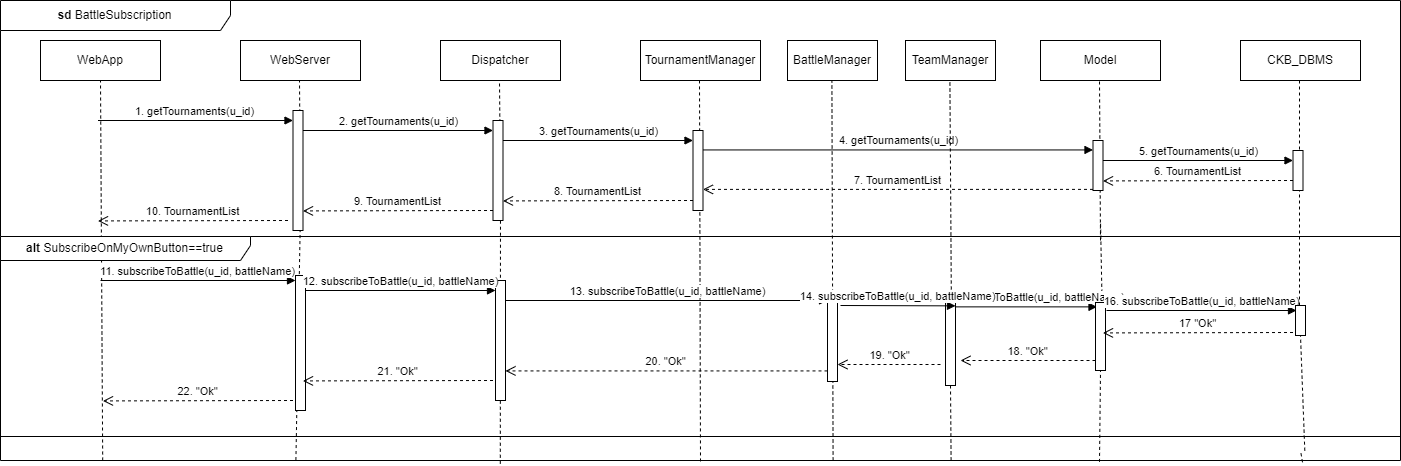
The draw.io diagram DD/SequenceDiagramsDD/BattleSubscription.drawio.png in Francesco4Galbiati/FossaGalbiati, before a commit. Source tidied: cells renumbered, new cells last; positions are measured from the earlier drawing's top-left corner, leaving out a move shared by most shapes. The source it was exported from:
```xml
<mxGraphModel>
  <root>
    <mxCell id="0" />
    <mxCell id="1" parent="0" />
    <mxCell id="2" value="&lt;b&gt;sd &lt;/b&gt;BattleSubscription" style="shape=umlFrame;whiteSpace=wrap;html=1;width=230;height=30;" parent="1" vertex="1">
      <mxGeometry width="1400" height="460" as="geometry" />
    </mxCell>
    <mxCell id="3" value="WebApp" style="rounded=0;whiteSpace=wrap;html=1;" parent="1" vertex="1">
      <mxGeometry x="40" y="40" width="120" height="40" as="geometry" />
    </mxCell>
    <mxCell id="4" value="WebServer" style="rounded=0;whiteSpace=wrap;html=1;" parent="1" vertex="1">
      <mxGeometry x="240" y="40" width="120" height="40" as="geometry" />
    </mxCell>
    <mxCell id="5" value="Dispatcher" style="rounded=0;whiteSpace=wrap;html=1;" parent="1" vertex="1">
      <mxGeometry x="440" y="40" width="120" height="40" as="geometry" />
    </mxCell>
    <mxCell id="6" value="TournamentManager" style="rounded=0;whiteSpace=wrap;html=1;" parent="1" vertex="1">
      <mxGeometry x="640" y="40" width="120" height="40" as="geometry" />
    </mxCell>
    <mxCell id="7" value="CKB_DBMS" style="rounded=0;whiteSpace=wrap;html=1;" parent="1" vertex="1">
      <mxGeometry x="1240" y="40" width="120" height="40" as="geometry" />
    </mxCell>
    <mxCell id="8" value="Model" style="rounded=0;whiteSpace=wrap;html=1;" parent="1" vertex="1">
      <mxGeometry x="1040" y="40" width="120" height="40" as="geometry" />
    </mxCell>
    <mxCell id="9" value="BattleManager" style="rounded=0;whiteSpace=wrap;html=1;" parent="1" vertex="1">
      <mxGeometry x="787" y="40" width="90" height="40" as="geometry" />
    </mxCell>
    <mxCell id="10" style="endArrow=none;dashed=1;html=1;rounded=0;entryX=0.5;entryY=1;entryDx=0;entryDy=0;exitX=0.073;exitY=1;exitDx=0;exitDy=0;exitPerimeter=0;" parent="1" edge="1" source="2" target="3">
      <mxGeometry relative="1" as="geometry" />
    </mxCell>
    <mxCell id="11" style="endArrow=none;dashed=1;html=1;rounded=0;entryX=0.5;entryY=1;entryDx=0;entryDy=0;" parent="1" edge="1">
      <mxGeometry relative="1" as="geometry">
        <mxPoint x="300" y="220" as="sourcePoint" />
        <mxPoint x="299" y="80" as="targetPoint" />
      </mxGeometry>
    </mxCell>
    <mxCell id="12" style="endArrow=none;dashed=1;html=1;rounded=0;entryX=0.5;entryY=1;entryDx=0;entryDy=0;" parent="1" edge="1">
      <mxGeometry relative="1" as="geometry">
        <mxPoint x="500" y="200" as="sourcePoint" />
        <mxPoint x="499" y="80" as="targetPoint" />
      </mxGeometry>
    </mxCell>
    <mxCell id="13" style="endArrow=none;dashed=1;html=1;rounded=0;entryX=0.5;entryY=1;entryDx=0;entryDy=0;exitX=0.5;exitY=1.002;exitDx=0;exitDy=0;exitPerimeter=0;" parent="1" edge="1" source="2">
      <mxGeometry relative="1" as="geometry">
        <mxPoint x="699" y="80" as="targetPoint" />
      </mxGeometry>
    </mxCell>
    <mxCell id="14" style="endArrow=none;dashed=1;html=1;rounded=0;entryX=0.5;entryY=1;entryDx=0;entryDy=0;exitX=0.643;exitY=1;exitDx=0;exitDy=0;exitPerimeter=0;" parent="1" edge="1">
      <mxGeometry relative="1" as="geometry">
        <mxPoint x="832.6" y="460" as="sourcePoint" />
        <mxPoint x="831.4" y="80" as="targetPoint" />
      </mxGeometry>
    </mxCell>
    <mxCell id="15" style="endArrow=none;dashed=1;html=1;rounded=0;entryX=0.5;entryY=1;entryDx=0;entryDy=0;" parent="1" edge="1">
      <mxGeometry relative="1" as="geometry">
        <mxPoint x="1100" y="240" as="sourcePoint" />
        <mxPoint x="1099" y="80" as="targetPoint" />
      </mxGeometry>
    </mxCell>
    <mxCell id="16" style="endArrow=none;dashed=1;html=1;rounded=0;entryX=0.5;entryY=1;entryDx=0;entryDy=0;" parent="1" edge="1" source="46">
      <mxGeometry relative="1" as="geometry">
        <mxPoint x="1299" y="80" as="targetPoint" />
      </mxGeometry>
    </mxCell>
    <mxCell id="17" style="endArrow=none;dashed=1;html=1;rounded=0;entryX=0.5;entryY=1;entryDx=0;entryDy=0;exitX=0.211;exitY=0.999;exitDx=0;exitDy=0;exitPerimeter=0;" parent="1" edge="1" source="2">
      <mxGeometry relative="1" as="geometry">
        <mxPoint x="300" y="210" as="targetPoint" />
      </mxGeometry>
    </mxCell>
    <mxCell id="18" style="endArrow=none;dashed=1;html=1;rounded=0;entryX=0.5;entryY=1;entryDx=0;entryDy=0;exitX=0.357;exitY=1.007;exitDx=0;exitDy=0;exitPerimeter=0;" parent="1" edge="1" source="2">
      <mxGeometry relative="1" as="geometry">
        <mxPoint x="500" y="190" as="targetPoint" />
      </mxGeometry>
    </mxCell>
    <mxCell id="19" style="endArrow=none;dashed=1;html=1;rounded=0;entryX=0.5;entryY=1;entryDx=0;entryDy=0;exitX=0.785;exitY=1.003;exitDx=0;exitDy=0;exitPerimeter=0;" parent="1" edge="1" source="42">
      <mxGeometry relative="1" as="geometry">
        <mxPoint x="1100" y="220" as="targetPoint" />
      </mxGeometry>
    </mxCell>
    <mxCell id="20" value="1. getTournaments(u_id)" style="html=1;verticalAlign=bottom;endArrow=block;curved=0;rounded=0;" parent="1" edge="1">
      <mxGeometry relative="1" as="geometry">
        <mxPoint x="97.5" y="120" as="sourcePoint" />
        <mxPoint x="292.5" y="120" as="targetPoint" />
      </mxGeometry>
    </mxCell>
    <mxCell id="21" style="html=1;perimeter=orthogonalPerimeter;targetShapes=umlLifeline;newEdgeStyle={&quot;curved&quot;:0,&quot;rounded&quot;:0};" parent="1" vertex="1">
      <mxGeometry x="292.5" y="110" width="10" height="120" as="geometry" />
    </mxCell>
    <mxCell id="22" style="html=1;points=[[0,0,0,0,5],[0,1,0,0,-5],[1,0,0,0,5],[1,1,0,0,-5]];perimeter=orthogonalPerimeter;outlineConnect=0;targetShapes=umlLifeline;portConstraint=eastwest;newEdgeStyle={&quot;curved&quot;:0,&quot;rounded&quot;:0};" parent="1" vertex="1">
      <mxGeometry x="692.5" y="130" width="10" height="80" as="geometry" />
    </mxCell>
    <mxCell id="23" style="html=1;points=[[0,0,0,0,5],[0,1,0,0,-5],[1,0,0,0,5],[1,1,0,0,-5]];perimeter=orthogonalPerimeter;outlineConnect=0;targetShapes=umlLifeline;portConstraint=eastwest;newEdgeStyle={&quot;curved&quot;:0,&quot;rounded&quot;:0};" parent="1" vertex="1">
      <mxGeometry x="492.5" y="120" width="10" height="100" as="geometry" />
    </mxCell>
    <mxCell id="24" style="html=1;points=[[0,0,0,0,5],[0,1,0,0,-5],[1,0,0,0,5],[1,1,0,0,-5]];perimeter=orthogonalPerimeter;outlineConnect=0;targetShapes=umlLifeline;portConstraint=eastwest;newEdgeStyle={&quot;curved&quot;:0,&quot;rounded&quot;:0};" parent="1" vertex="1">
      <mxGeometry x="1092.5" y="140" width="10" height="50" as="geometry" />
    </mxCell>
    <mxCell id="25" style="html=1;perimeter=orthogonalPerimeter;targetShapes=umlLifeline;newEdgeStyle={&quot;curved&quot;:0,&quot;rounded&quot;:0};" parent="1" vertex="1">
      <mxGeometry x="1292.5" y="150" width="10" height="40" as="geometry" />
    </mxCell>
    <mxCell id="26" value="2. getTournaments(u_id)" style="html=1;verticalAlign=bottom;endArrow=block;curved=0;rounded=0;" parent="1" edge="1" target="23">
      <mxGeometry relative="1" as="geometry">
        <mxPoint x="302.5" y="130" as="sourcePoint" />
      </mxGeometry>
    </mxCell>
    <mxCell id="27" value="3. getTournaments(u_id)" style="html=1;verticalAlign=bottom;endArrow=block;curved=0;rounded=0;" parent="1" edge="1">
      <mxGeometry relative="1" as="geometry">
        <mxPoint x="502.5" y="140" as="sourcePoint" />
        <mxPoint x="692.5" y="140" as="targetPoint" />
      </mxGeometry>
    </mxCell>
    <mxCell id="28" value="4. getTournaments(u_id)" style="html=1;verticalAlign=bottom;endArrow=block;curved=0;rounded=0;" parent="1" edge="1" target="24">
      <mxGeometry relative="1" as="geometry">
        <mxPoint x="702.5" y="149.4" as="sourcePoint" />
      </mxGeometry>
    </mxCell>
    <mxCell id="29" value="5. getTournaments(u_id)" style="html=1;verticalAlign=bottom;endArrow=block;curved=0;rounded=0;" parent="1" edge="1">
      <mxGeometry relative="1" as="geometry">
        <mxPoint x="1102.5" y="160" as="sourcePoint" />
        <mxPoint x="1292.5" y="160" as="targetPoint" />
      </mxGeometry>
    </mxCell>
    <mxCell id="30" value="6. TournamentList" style="html=1;verticalAlign=bottom;endArrow=open;dashed=1;endSize=8;curved=0;rounded=0;" parent="1" edge="1">
      <mxGeometry relative="1" as="geometry">
        <mxPoint x="1292.5" y="180" as="sourcePoint" />
        <mxPoint x="1102.5" y="180.4" as="targetPoint" />
      </mxGeometry>
    </mxCell>
    <mxCell id="31" value="7. TournamentList" style="html=1;verticalAlign=bottom;endArrow=open;dashed=1;endSize=8;curved=0;rounded=0;" parent="1" edge="1" target="22">
      <mxGeometry relative="1" as="geometry">
        <mxPoint x="1092.5" y="188.9" as="sourcePoint" />
      </mxGeometry>
    </mxCell>
    <mxCell id="32" value="8. TournamentList" style="html=1;verticalAlign=bottom;endArrow=open;dashed=1;endSize=8;curved=0;rounded=0;" parent="1" edge="1">
      <mxGeometry relative="1" as="geometry">
        <mxPoint x="692.5" y="200" as="sourcePoint" />
        <mxPoint x="502.5" y="200.4" as="targetPoint" />
      </mxGeometry>
    </mxCell>
    <mxCell id="33" value="9. TournamentList" style="html=1;verticalAlign=bottom;endArrow=open;dashed=1;endSize=8;curved=0;rounded=0;" parent="1" edge="1">
      <mxGeometry relative="1" as="geometry">
        <mxPoint x="492.5" y="210" as="sourcePoint" />
        <mxPoint x="302.5" y="210.4" as="targetPoint" />
      </mxGeometry>
    </mxCell>
    <mxCell id="34" value="10. TournamentList" style="html=1;verticalAlign=bottom;endArrow=open;dashed=1;endSize=8;curved=0;rounded=0;" parent="1" edge="1">
      <mxGeometry relative="1" as="geometry">
        <mxPoint x="287.5" y="220" as="sourcePoint" />
        <mxPoint x="97.5" y="220.4" as="targetPoint" />
      </mxGeometry>
    </mxCell>
    <mxCell id="35" style="html=1;points=[[0,0,0,0,5],[0,1,0,0,-5],[1,0,0,0,5],[1,1,0,0,-5]];perimeter=orthogonalPerimeter;outlineConnect=0;targetShapes=umlLifeline;portConstraint=eastwest;newEdgeStyle={&quot;curved&quot;:0,&quot;rounded&quot;:0};" parent="1" vertex="1">
      <mxGeometry x="295" y="275" width="10" height="135" as="geometry" />
    </mxCell>
    <mxCell id="36" style="html=1;points=[[0,0,0,0,5],[0,1,0,0,-5],[1,0,0,0,5],[1,1,0,0,-5]];perimeter=orthogonalPerimeter;outlineConnect=0;targetShapes=umlLifeline;portConstraint=eastwest;newEdgeStyle={&quot;curved&quot;:0,&quot;rounded&quot;:0};" parent="1" vertex="1">
      <mxGeometry x="495" y="280" width="10" height="120" as="geometry" />
    </mxCell>
    <mxCell id="37" value="11. subscribeToBattle(u_id, battleName)" style="html=1;verticalAlign=bottom;endArrow=block;curved=0;rounded=0;" parent="1" edge="1" target="35">
      <mxGeometry relative="1" as="geometry">
        <mxPoint x="100" y="280" as="sourcePoint" />
      </mxGeometry>
    </mxCell>
    <mxCell id="38" value="12. subscribeToBattle(u_id, battleName)" style="html=1;verticalAlign=bottom;endArrow=block;curved=0;rounded=0;" parent="1" edge="1" target="36">
      <mxGeometry relative="1" as="geometry">
        <mxPoint x="305" y="290" as="sourcePoint" />
      </mxGeometry>
    </mxCell>
    <mxCell id="39" value="13. subscribeToBattle(u_id, battleName)" style="html=1;verticalAlign=bottom;endArrow=block;curved=0;rounded=0;" parent="1" edge="1" target="53">
      <mxGeometry relative="1" as="geometry">
        <mxPoint x="505" y="300" as="sourcePoint" />
      </mxGeometry>
    </mxCell>
    <mxCell id="40" value="15. subscribeToBattle(u_id, battleName)" style="html=1;verticalAlign=bottom;endArrow=block;curved=0;rounded=0;" parent="1" edge="1" source="58">
      <mxGeometry relative="1" as="geometry">
        <mxPoint x="1096.5" y="306.4" as="targetPoint" />
      </mxGeometry>
    </mxCell>
    <mxCell id="41" style="endArrow=none;dashed=1;html=1;rounded=0;entryX=0.5;entryY=1;entryDx=0;entryDy=0;exitX=0.785;exitY=1.003;exitDx=0;exitDy=0;exitPerimeter=0;" parent="1" edge="1" source="2" target="42">
      <mxGeometry relative="1" as="geometry" />
    </mxCell>
    <mxCell id="42" style="html=1;points=[[0,0,0,0,5],[0,1,0,0,-5],[1,0,0,0,5],[1,1,0,0,-5]];perimeter=orthogonalPerimeter;outlineConnect=0;targetShapes=umlLifeline;portConstraint=eastwest;newEdgeStyle={&quot;curved&quot;:0,&quot;rounded&quot;:0};" parent="1" vertex="1">
      <mxGeometry x="1095" y="302" width="10" height="68" as="geometry" />
    </mxCell>
    <mxCell id="43" style="endArrow=none;dashed=1;html=1;rounded=0;entryX=0.5;entryY=1;entryDx=0;entryDy=0;exitX=0.93;exitY=1.004;exitDx=0;exitDy=0;exitPerimeter=0;" parent="1" edge="1" target="46">
      <mxGeometry relative="1" as="geometry">
        <mxPoint x="1304.3" y="450.1" as="sourcePoint" />
      </mxGeometry>
    </mxCell>
    <mxCell id="44" value="16. subscribeToBattle(u_id, battleName)" style="html=1;verticalAlign=bottom;endArrow=block;curved=0;rounded=0;" parent="1" edge="1">
      <mxGeometry relative="1" as="geometry">
        <mxPoint x="1106" y="310" as="sourcePoint" />
        <mxPoint x="1296" y="310" as="targetPoint" />
      </mxGeometry>
    </mxCell>
    <mxCell id="45" style="endArrow=none;dashed=1;html=1;rounded=0;entryX=0.5;entryY=1;entryDx=0;entryDy=0;exitX=0.93;exitY=1.004;exitDx=0;exitDy=0;exitPerimeter=0;" parent="1" edge="1" target="46">
      <mxGeometry relative="1" as="geometry">
        <mxPoint x="1299.8" y="336.1" as="sourcePoint" />
      </mxGeometry>
    </mxCell>
    <mxCell id="46" style="html=1;points=[[0,0,0,0,5],[0,1,0,0,-5],[1,0,0,0,5],[1,1,0,0,-5]];perimeter=orthogonalPerimeter;outlineConnect=0;targetShapes=umlLifeline;portConstraint=eastwest;newEdgeStyle={&quot;curved&quot;:0,&quot;rounded&quot;:0};" parent="1" vertex="1">
      <mxGeometry x="1295" y="305" width="10" height="30" as="geometry" />
    </mxCell>
    <mxCell id="47" style="endArrow=none;dashed=1;html=1;rounded=0;entryX=0.5;entryY=1;entryDx=0;entryDy=0;exitX=0.93;exitY=1.004;exitDx=0;exitDy=0;exitPerimeter=0;" parent="1" edge="1" source="2">
      <mxGeometry relative="1" as="geometry">
        <mxPoint x="1300" y="450" as="targetPoint" />
      </mxGeometry>
    </mxCell>
    <mxCell id="48" value="17 &quot;Ok&quot;" style="html=1;verticalAlign=bottom;endArrow=open;dashed=1;endSize=8;curved=0;rounded=0;" parent="1" edge="1">
      <mxGeometry relative="1" as="geometry">
        <mxPoint x="1292.5" y="332" as="sourcePoint" />
        <mxPoint x="1102.5" y="332.4" as="targetPoint" />
      </mxGeometry>
    </mxCell>
    <mxCell id="49" value="18. &quot;Ok&quot;" style="html=1;verticalAlign=bottom;endArrow=open;dashed=1;endSize=8;curved=0;rounded=0;" parent="1" edge="1">
      <mxGeometry relative="1" as="geometry">
        <mxPoint x="1095" y="360" as="sourcePoint" />
        <mxPoint x="960" y="360" as="targetPoint" />
      </mxGeometry>
    </mxCell>
    <mxCell id="50" value="20. &quot;Ok&quot;" style="html=1;verticalAlign=bottom;endArrow=open;dashed=1;endSize=8;curved=0;rounded=0;" parent="1" edge="1" source="53">
      <mxGeometry relative="1" as="geometry">
        <mxPoint x="505" y="370.4" as="targetPoint" />
      </mxGeometry>
    </mxCell>
    <mxCell id="51" value="21. &quot;Ok&quot;" style="html=1;verticalAlign=bottom;endArrow=open;dashed=1;endSize=8;curved=0;rounded=0;" parent="1" edge="1">
      <mxGeometry relative="1" as="geometry">
        <mxPoint x="492.5" y="380" as="sourcePoint" />
        <mxPoint x="302.5" y="380.4" as="targetPoint" />
      </mxGeometry>
    </mxCell>
    <mxCell id="52" value="22. &quot;Ok&quot;" style="html=1;verticalAlign=bottom;endArrow=open;dashed=1;endSize=8;curved=0;rounded=0;" parent="1" edge="1">
      <mxGeometry relative="1" as="geometry">
        <mxPoint x="292.5" y="400" as="sourcePoint" />
        <mxPoint x="102.5" y="400.4" as="targetPoint" />
      </mxGeometry>
    </mxCell>
    <mxCell id="53" style="html=1;points=[[0,0,0,0,5],[0,1,0,0,-5],[1,0,0,0,5],[1,1,0,0,-5]];perimeter=orthogonalPerimeter;outlineConnect=0;targetShapes=umlLifeline;portConstraint=eastwest;newEdgeStyle={&quot;curved&quot;:0,&quot;rounded&quot;:0};" parent="1" vertex="1">
      <mxGeometry x="827" y="291" width="10" height="90" as="geometry" />
    </mxCell>
    <mxCell id="54" value="&lt;b&gt;alt &lt;/b&gt;SubscribeOnMyOwnButton==true" style="shape=umlFrame;whiteSpace=wrap;html=1;width=250;height=24;" parent="1" vertex="1">
      <mxGeometry y="236" width="1400" height="200" as="geometry" />
    </mxCell>
    <mxCell id="55" value="TeamManager" style="rounded=0;whiteSpace=wrap;html=1;" parent="1" vertex="1">
      <mxGeometry x="905" y="40" width="90" height="40" as="geometry" />
    </mxCell>
    <mxCell id="56" style="endArrow=none;dashed=1;html=1;rounded=0;entryX=0.5;entryY=1;entryDx=0;entryDy=0;exitX=0.643;exitY=1;exitDx=0;exitDy=0;exitPerimeter=0;" parent="1" edge="1" source="58">
      <mxGeometry relative="1" as="geometry">
        <mxPoint x="949.4" y="80" as="targetPoint" />
      </mxGeometry>
    </mxCell>
    <mxCell id="57" style="endArrow=none;dashed=1;html=1;rounded=0;entryX=0.5;entryY=1;entryDx=0;entryDy=0;exitX=0.643;exitY=1;exitDx=0;exitDy=0;exitPerimeter=0;" parent="1" edge="1" target="58">
      <mxGeometry relative="1" as="geometry">
        <mxPoint x="950.6" y="460" as="sourcePoint" />
      </mxGeometry>
    </mxCell>
    <mxCell id="58" style="html=1;points=[[0,0,0,0,5],[0,1,0,0,-5],[1,0,0,0,5],[1,1,0,0,-5]];perimeter=orthogonalPerimeter;outlineConnect=0;targetShapes=umlLifeline;portConstraint=eastwest;newEdgeStyle={&quot;curved&quot;:0,&quot;rounded&quot;:0};" parent="1" vertex="1">
      <mxGeometry x="945" y="295" width="10" height="90" as="geometry" />
    </mxCell>
    <mxCell id="59" value="14. subscribeToBattle(u_id, battleName)" style="html=1;verticalAlign=bottom;endArrow=block;curved=0;rounded=0;" parent="1" edge="1">
      <mxGeometry relative="1" as="geometry">
        <mxPoint x="840" y="305" as="sourcePoint" />
        <mxPoint x="955" y="305.4" as="targetPoint" />
      </mxGeometry>
    </mxCell>
    <mxCell id="60" value="19. &quot;Ok&quot;" style="html=1;verticalAlign=bottom;endArrow=open;dashed=1;endSize=8;curved=0;rounded=0;" parent="1" edge="1">
      <mxGeometry relative="1" as="geometry">
        <mxPoint x="940" y="364" as="sourcePoint" />
        <mxPoint x="837" y="364" as="targetPoint" />
      </mxGeometry>
    </mxCell>
  </root>
</mxGraphModel>
```
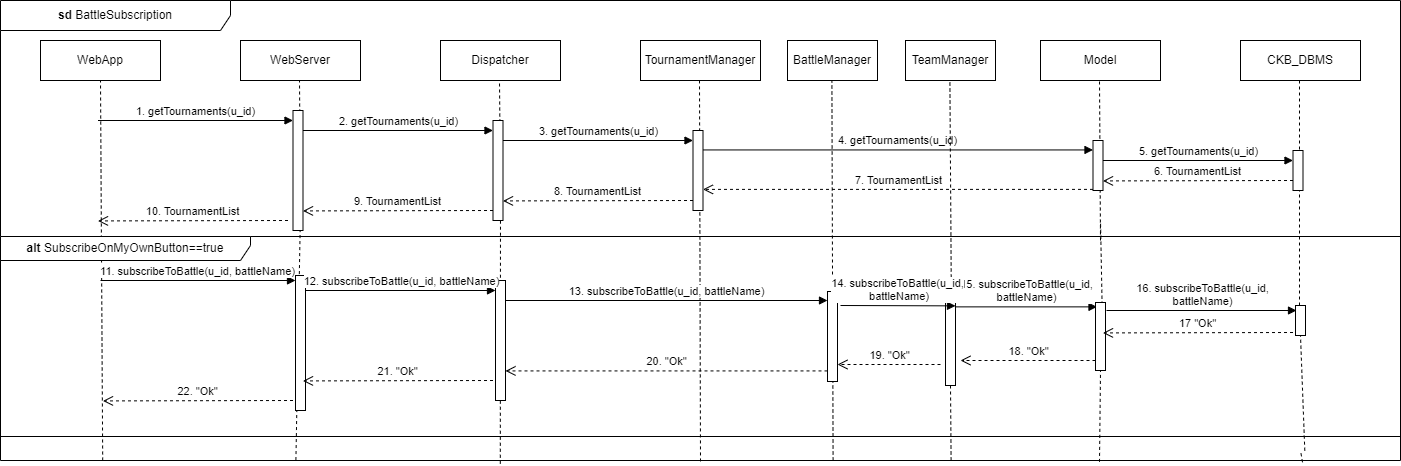
The same diagram one commit later.

What changed in the source:
```diff
@@ -171,7 +171,7 @@
         <mxPoint x="505" y="300" as="sourcePoint" />
       </mxGeometry>
     </mxCell>
-    <mxCell id="40" value="15. subscribeToBattle(u_id, battleName)" style="html=1;verticalAlign=bottom;endArrow=block;curved=0;rounded=0;" parent="1" edge="1" source="58">
+    <mxCell id="40" value="15. subscribeToBattle(u_id, &lt;br&gt;battleName)" style="html=1;verticalAlign=bottom;endArrow=block;curved=0;rounded=0;" parent="1" edge="1" source="58">
       <mxGeometry relative="1" as="geometry">
         <mxPoint x="1096.5" y="306.4" as="targetPoint" />
       </mxGeometry>
@@ -187,7 +187,7 @@
         <mxPoint x="1304.3" y="450.1" as="sourcePoint" />
       </mxGeometry>
     </mxCell>
-    <mxCell id="44" value="16. subscribeToBattle(u_id, battleName)" style="html=1;verticalAlign=bottom;endArrow=block;curved=0;rounded=0;" parent="1" edge="1">
+    <mxCell id="44" value="16. subscribeToBattle(u_id, &lt;br&gt;battleName)" style="html=1;verticalAlign=bottom;endArrow=block;curved=0;rounded=0;" parent="1" edge="1">
       <mxGeometry relative="1" as="geometry">
         <mxPoint x="1106" y="310" as="sourcePoint" />
         <mxPoint x="1296" y="310" as="targetPoint" />
@@ -257,7 +257,7 @@
     <mxCell id="58" style="html=1;points=[[0,0,0,0,5],[0,1,0,0,-5],[1,0,0,0,5],[1,1,0,0,-5]];perimeter=orthogonalPerimeter;outlineConnect=0;targetShapes=umlLifeline;portConstraint=eastwest;newEdgeStyle={&quot;curved&quot;:0,&quot;rounded&quot;:0};" parent="1" vertex="1">
       <mxGeometry x="945" y="295" width="10" height="90" as="geometry" />
     </mxCell>
-    <mxCell id="59" value="14. subscribeToBattle(u_id, battleName)" style="html=1;verticalAlign=bottom;endArrow=block;curved=0;rounded=0;" parent="1" edge="1">
+    <mxCell id="59" value="14. subscribeToBattle(u_id,&lt;br&gt;&amp;nbsp;battleName)" style="html=1;verticalAlign=bottom;endArrow=block;curved=0;rounded=0;" parent="1" edge="1">
       <mxGeometry relative="1" as="geometry">
         <mxPoint x="840" y="305" as="sourcePoint" />
         <mxPoint x="955" y="305.4" as="targetPoint" />
```
